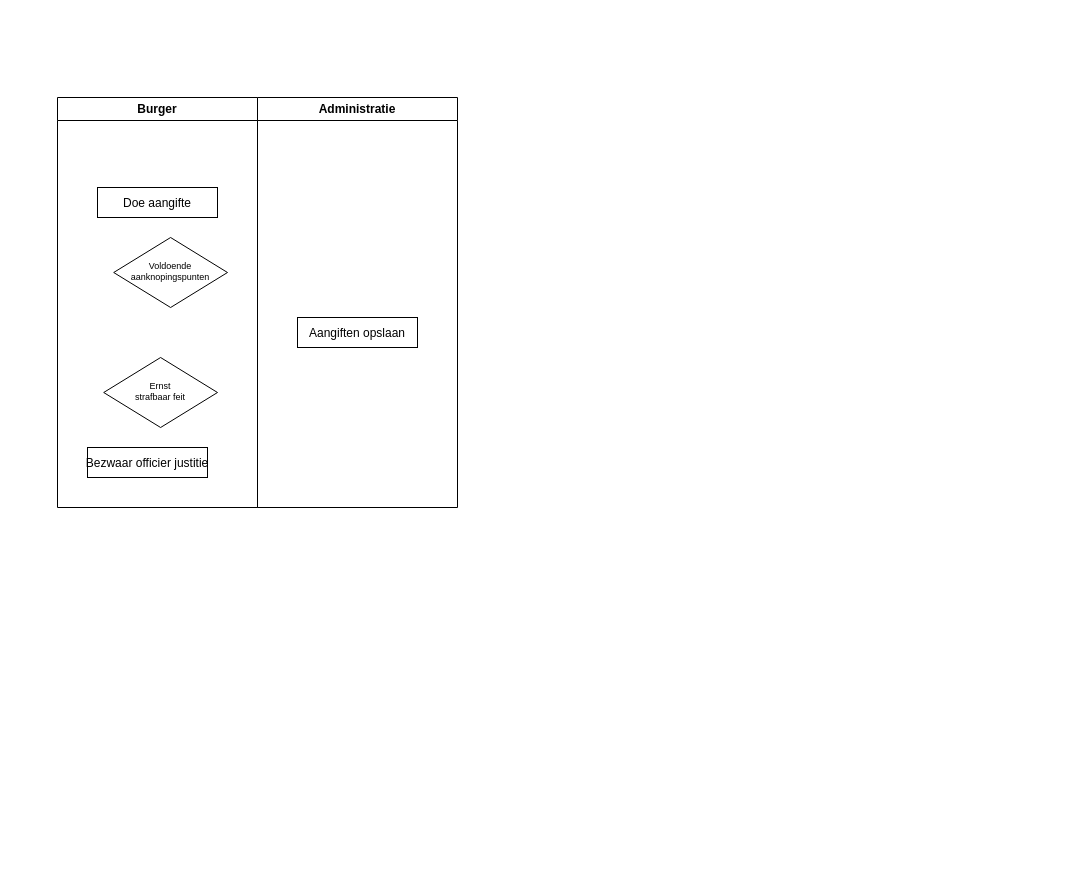
This is page "Opdracht6" (4 of 4) of ActivityDiagramHealthclinic.drawio from EMB20/Procesanalyse, a draw.io file, before an edit. Source tidied: cells renumbered, new cells numbered last; positions are measured from the earlier drawing's top-left corner, leaving out a move shared by most shapes. Both pictures are drawn from the tidied source at 100%, with x=0, y=0 at pixel (57, 97).
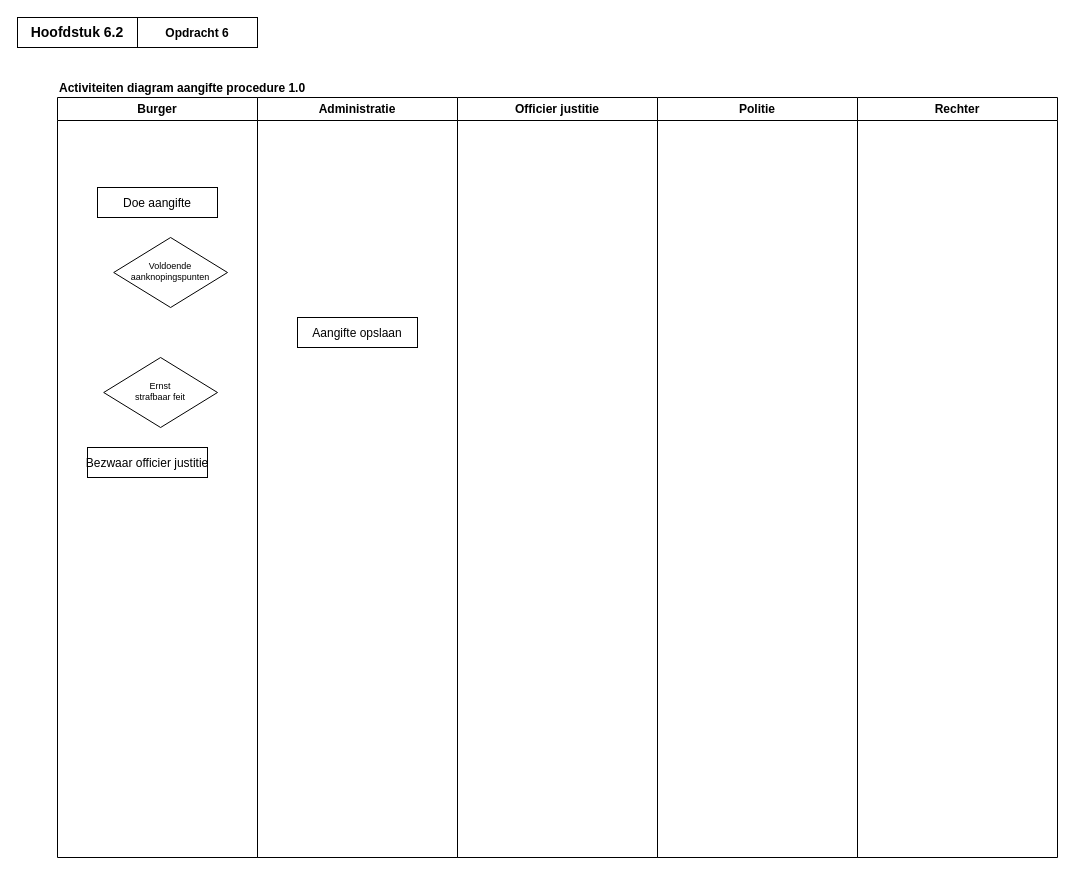
The same page after the edit.

What changed in the source:
```diff
@@
 <mxGraphModel>
   <root>
     <mxCell id="0" />
     <mxCell id="1" parent="0" />
     <mxCell id="2" value="Doe aangifte" parent="1" vertex="1">
       <mxGeometry x="40" y="90" width="120" height="30" as="geometry" />
     </mxCell>
     <mxCell id="3" value="Burger" style="swimlane;whiteSpace=wrap;html=1;" parent="1" vertex="1">
-      <mxGeometry width="200" height="410" as="geometry" />
+      <mxGeometry width="200" height="760" as="geometry" />
     </mxCell>
     <mxCell id="4" value="Voldoende&#10;aanknopingspunten" style="rhombus;fillColor=default;strokeColor=default;shadow=0;fontSize=9;spacingBottom=2;" parent="3" vertex="1">
       <mxGeometry x="56.2" y="140" width="113.8" height="70" as="geometry" />
     </mxCell>
     <mxCell id="5" value="Ernst&#10;strafbaar feit" style="rhombus;fillColor=default;strokeColor=default;shadow=0;fontSize=9;spacingBottom=2;" parent="3" vertex="1">
       <mxGeometry x="46.2" y="260" width="113.8" height="70" as="geometry" />
     </mxCell>
     <mxCell id="6" value="Bezwaar officier justitie" parent="3" vertex="1">
       <mxGeometry x="30" y="350" width="120" height="30" as="geometry" />
     </mxCell>
     <mxCell id="7" value="Administratie" style="swimlane;whiteSpace=wrap;html=1;" parent="1" vertex="1">
-      <mxGeometry x="200" width="200" height="410" as="geometry" />
+      <mxGeometry x="200" width="200" height="760" as="geometry" />
     </mxCell>
-    <mxCell id="8" value="Aangiften opslaan" parent="7" vertex="1">
+    <mxCell id="8" value="Aangifte opslaan" parent="7" vertex="1">
       <mxGeometry x="40" y="220" width="120" height="30" as="geometry" />
     </mxCell>
+    <mxCell id="9" value="Officier justitie" style="swimlane;whiteSpace=wrap;html=1;startSize=23;" parent="1" vertex="1">
+      <mxGeometry x="400" width="200" height="760" as="geometry" />
+    </mxCell>
+    <mxCell id="10" value="Politie" style="swimlane;whiteSpace=wrap;html=1;startSize=23;" parent="1" vertex="1">
+      <mxGeometry x="600" width="200" height="760" as="geometry" />
+    </mxCell>
+    <mxCell id="11" value="Rechter" style="swimlane;whiteSpace=wrap;html=1;startSize=23;" parent="1" vertex="1">
+      <mxGeometry x="800" width="200" height="760" as="geometry" />
+    </mxCell>
+    <mxCell id="12" value="Hoofdstuk 6.2" style="text;html=1;align=center;verticalAlign=middle;whiteSpace=wrap;rounded=0;fontStyle=1;fontSize=14;fillColor=default;strokeColor=default;perimeterSpacing=0;" parent="1" vertex="1">
+      <mxGeometry x="-40" y="-80" width="120" height="30" as="geometry" />
+    </mxCell>
+    <mxCell id="13" value="&lt;font style=&quot;font-size: 12px;&quot;&gt;Opdracht 6&lt;/font&gt;" style="text;html=1;align=center;verticalAlign=middle;whiteSpace=wrap;rounded=0;fontStyle=1;fontSize=14;fillColor=default;strokeColor=default;" parent="1" vertex="1">
+      <mxGeometry x="80" y="-80" width="120" height="30" as="geometry" />
+    </mxCell>
+    <mxCell id="14" value="&lt;font style=&quot;font-size: 12px;&quot;&gt;Activiteiten diagram aangifte procedure 1.0&lt;/font&gt;" style="text;html=1;align=left;verticalAlign=middle;whiteSpace=wrap;rounded=0;fontStyle=1;fontSize=14;" parent="1" vertex="1">
+      <mxGeometry y="-20" width="300" height="20" as="geometry" />
+    </mxCell>
   </root>
 </mxGraphModel>
```
